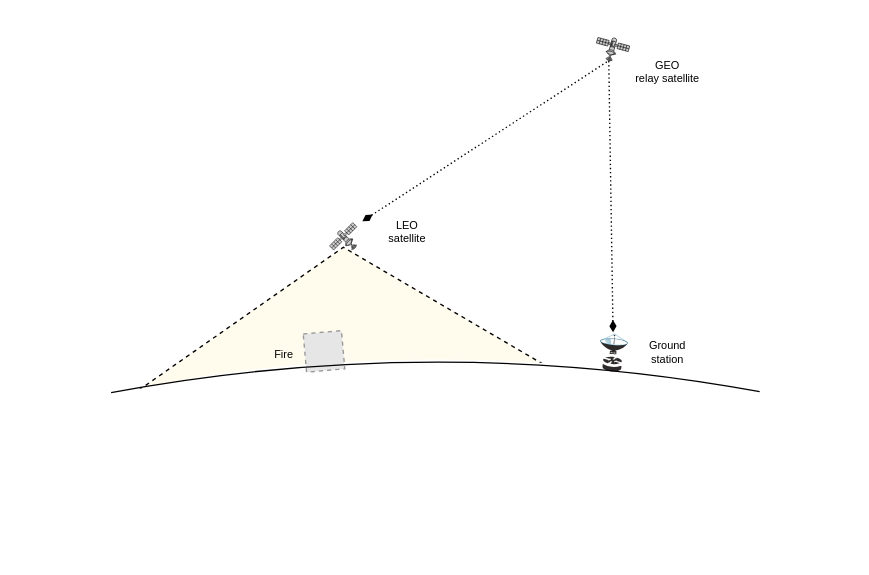
Mast3rwaf1z/p4 keeps this draw.io diagram as Topology scenario 2.drawio. Above is the earlier version. Source tidied: cells renumbered, new cells numbered last; positions are measured from the earlier drawing's top-left corner, leaving out a move shared by most shapes. Both pictures are drawn from the tidied source at 137%, with x=0, y=0 at pixel (23, 30). Pictures stored in the file or linked from it are replaced by grey dashed boxes.
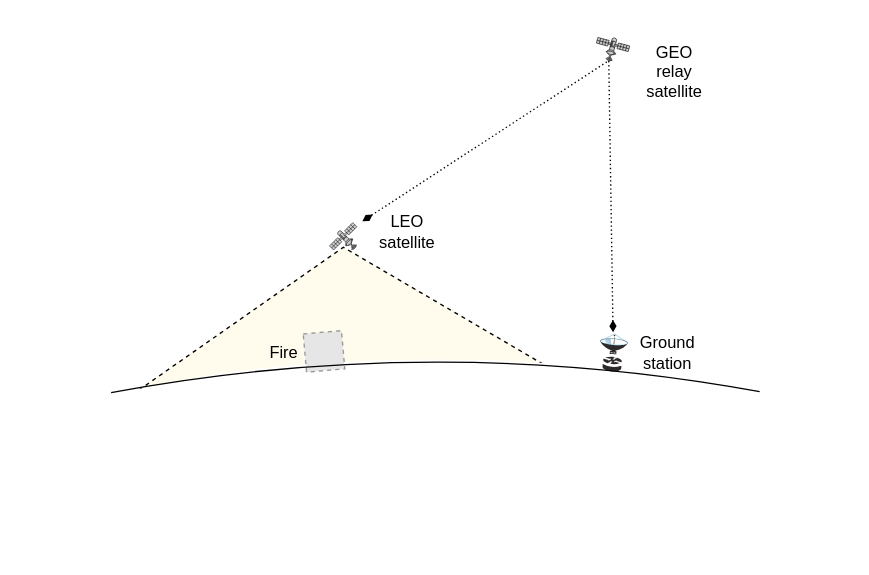
The same page after the edit.

What changed in the source:
```diff
@@
 <mxGraphModel>
   <root>
     <mxCell id="0" />
     <mxCell id="1" parent="0" />
     <mxCell id="2" style="triangle;whiteSpace=wrap;html=1;fillColor=#fff2cc;dashed=1;rotation=-92.3;strokeColor=none;opacity=35;" parent="1" vertex="1">
       <mxGeometry x="179.8" y="40" width="111.1" height="347" as="geometry" />
     </mxCell>
     <mxCell id="3" style="triangle;whiteSpace=wrap;html=1;fillColor=none;dashed=1;rotation=-92.3;" parent="1" vertex="1">
       <mxGeometry x="179.8" y="40" width="111.1" height="347" as="geometry" />
     </mxCell>
     <mxCell id="4" style="ellipse;whiteSpace=wrap;html=1;fontSize=8;fillColor=default;strokeColor=none;" parent="1" vertex="1">
       <mxGeometry y="240" width="600" height="140" as="geometry" />
     </mxCell>
     <mxCell id="5" style="fontColor=#0066CC;verticalAlign=top;verticalLabelPosition=bottom;labelPosition=center;align=center;html=1;fillColor=#CCCCCC;strokeColor=#000000;gradientColor=none;gradientDirection=north;strokeWidth=2;shape=mxgraph.networks.satellite;rotation=-90;" parent="1" vertex="1">
       <mxGeometry x="223" y="140" width="20" height="20" as="geometry" />
     </mxCell>
     <mxCell id="6" style="fillColor=#E6E6E6;strokeColor=#999999;dashed=1;html=1;verticalAlign=top;verticalLabelPosition=bottom;labelBackgroundColor=#ffffff;rotation=-5;" parent="1" vertex="1">
       <mxGeometry x="205" y="220" width="28" height="28" as="geometry" />
     </mxCell>
     <mxCell id="7" style="shape=mxgraph.cisco.wireless.ground_terminal;html=1;dashed=0;fillColor=#2E2A2A;strokeColor=#ffffff;strokeWidth=2;verticalLabelPosition=bottom;verticalAlign=top;align=center;rotation=-85.4;direction=south;" parent="1" vertex="1">
       <mxGeometry x="415.3" y="225" width="29.4" height="20" as="geometry" />
     </mxCell>
-    <mxCell id="8" value="&lt;font style=&quot;font-size: 8px&quot;&gt;Fire&lt;/font&gt;" style="text;html=1;strokeColor=none;fillColor=none;align=center;verticalAlign=middle;whiteSpace=wrap;rounded=0;" parent="1" vertex="1">
+    <mxCell id="8" value="&lt;font style=&quot;font-size: 12px&quot;&gt;Fire&lt;/font&gt;" style="text;html=1;strokeColor=none;fillColor=none;align=center;verticalAlign=middle;whiteSpace=wrap;rounded=0;" parent="1" vertex="1">
       <mxGeometry x="160" y="220" width="60" height="30" as="geometry" />
     </mxCell>
     <mxCell id="9" style="endArrow=none;html=1;fontSize=8;curved=1;exitX=0.106;exitY=0.172;exitDx=0;exitDy=0;exitPerimeter=0;entryX=0.895;entryY=0.167;entryDx=0;entryDy=0;entryPerimeter=0;" parent="1" edge="1" source="4" target="4">
       <mxGeometry relative="1" as="geometry">
         <Array as="points">
           <mxPoint x="300" y="220" />
         </Array>
       </mxGeometry>
     </mxCell>
-    <mxCell id="10" value="Ground&lt;br&gt;station" style="text;html=1;strokeColor=none;fillColor=none;align=center;verticalAlign=middle;whiteSpace=wrap;rounded=0;fontSize=8;" parent="1" vertex="1">
+    <mxCell id="10" value="&lt;font style=&quot;font-size: 12px&quot;&gt;Ground&lt;br&gt;station&lt;/font&gt;" style="text;html=1;strokeColor=none;fillColor=none;align=center;verticalAlign=middle;whiteSpace=wrap;rounded=0;fontSize=8;" parent="1" vertex="1">
       <mxGeometry x="440" y="220" width="60" height="30" as="geometry" />
     </mxCell>
-    <mxCell id="11" value="&lt;div&gt;LEO&lt;/div&gt;&lt;div&gt;satellite&lt;br&gt;&lt;/div&gt;" style="text;html=1;strokeColor=none;fillColor=none;align=center;verticalAlign=middle;whiteSpace=wrap;rounded=0;fontSize=8;" parent="1" vertex="1">
+    <mxCell id="11" value="&lt;div style=&quot;font-size: 12px&quot;&gt;&lt;font style=&quot;font-size: 12px&quot;&gt;LEO&lt;/font&gt;&lt;/div&gt;&lt;div style=&quot;font-size: 12px&quot;&gt;&lt;font style=&quot;font-size: 12px&quot;&gt;satellite&lt;br&gt;&lt;/font&gt;&lt;/div&gt;" style="text;html=1;strokeColor=none;fillColor=none;align=center;verticalAlign=middle;whiteSpace=wrap;rounded=0;fontSize=8;" parent="1" vertex="1">
       <mxGeometry x="250" y="132" width="60" height="30" as="geometry" />
     </mxCell>
     <mxCell id="12" style="fontColor=#0066CC;verticalAlign=top;verticalLabelPosition=bottom;labelPosition=center;align=center;html=1;outlineConnect=0;fillColor=#CCCCCC;strokeColor=#000000;gradientColor=none;gradientDirection=north;strokeWidth=2;shape=mxgraph.networks.satellite;rotation=-30;" parent="1" vertex="1">
       <mxGeometry x="420" width="20" height="20" as="geometry" />
     </mxCell>
-    <mxCell id="13" value="&lt;div&gt;GEO&lt;br&gt;&lt;/div&gt;&lt;div&gt;relay satellite&lt;br&gt;&lt;/div&gt;" style="text;html=1;strokeColor=none;fillColor=none;align=center;verticalAlign=middle;whiteSpace=wrap;rounded=0;fontSize=8;" parent="1" vertex="1">
-      <mxGeometry x="440" y="15" width="60" height="30" as="geometry" />
+    <mxCell id="13" value="&lt;div style=&quot;font-size: 12px&quot;&gt;&lt;font style=&quot;font-size: 12px&quot;&gt;GEO&lt;br&gt;&lt;/font&gt;&lt;/div&gt;&lt;div style=&quot;font-size: 12px&quot;&gt;&lt;font style=&quot;font-size: 12px&quot;&gt;relay satellite&lt;br&gt;&lt;/font&gt;&lt;/div&gt;" style="text;html=1;strokeColor=none;fillColor=none;align=center;verticalAlign=middle;whiteSpace=wrap;rounded=0;fontSize=8;" parent="1" vertex="1">
+      <mxGeometry x="440" y="15" width="70" height="30" as="geometry" />
     </mxCell>
     <mxCell id="14" style="endArrow=none;dashed=1;html=1;rounded=0;entryX=0.07;entryY=0.93;entryDx=0;entryDy=0;entryPerimeter=0;jumpStyle=none;dashPattern=1 2;endFill=0;startArrow=diamondThin;startFill=1;" parent="1" edge="1" target="12">
       <mxGeometry relative="1" as="geometry">
         <mxPoint x="247" y="139" as="sourcePoint" />
       </mxGeometry>
     </mxCell>
     <mxCell id="15" style="endArrow=none;dashed=1;html=1;rounded=0;entryX=0.07;entryY=0.93;entryDx=0;entryDy=0;entryPerimeter=0;dashPattern=1 2;startArrow=diamondThin;startFill=1;" parent="1" edge="1" target="12">
       <mxGeometry relative="1" as="geometry">
         <mxPoint x="430" y="220" as="sourcePoint" />
       </mxGeometry>
     </mxCell>
   </root>
 </mxGraphModel>
```
